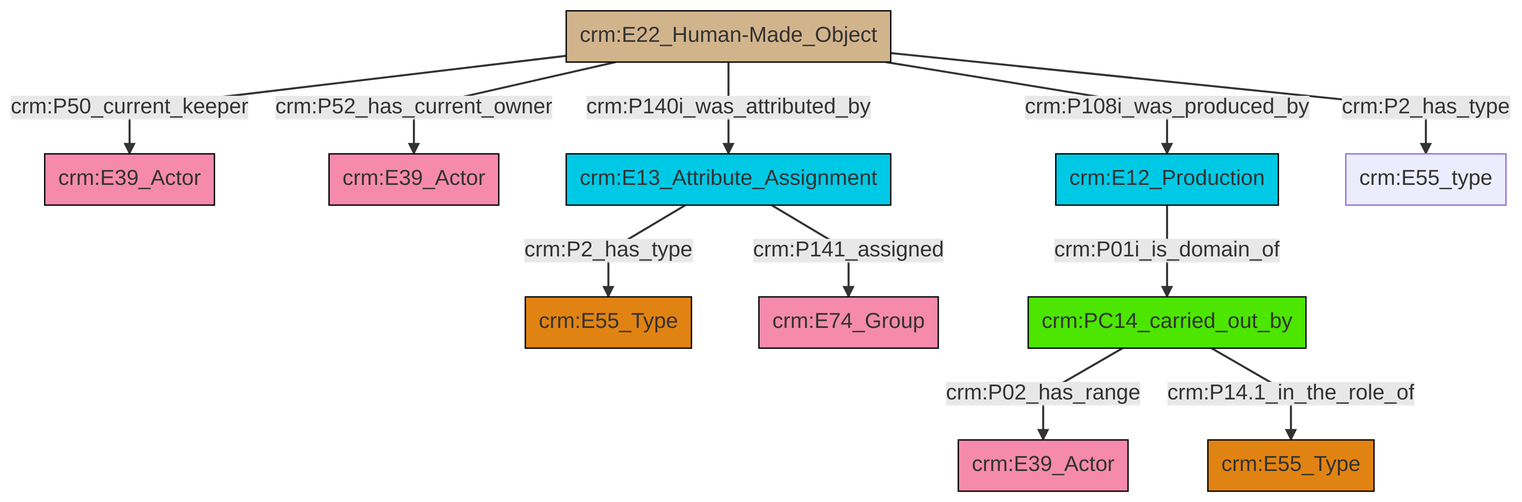
The Mermaid diagram et/artworkCSV/ttl/mmd/png/Artwork_Actor_Relations.png in swiss-art-research-net/reference-data-models, before a commit. Its source is kept beside it as et/artworkCSV/ttl/mmd/Artwork_Actor_Relations.ttl.mmd.
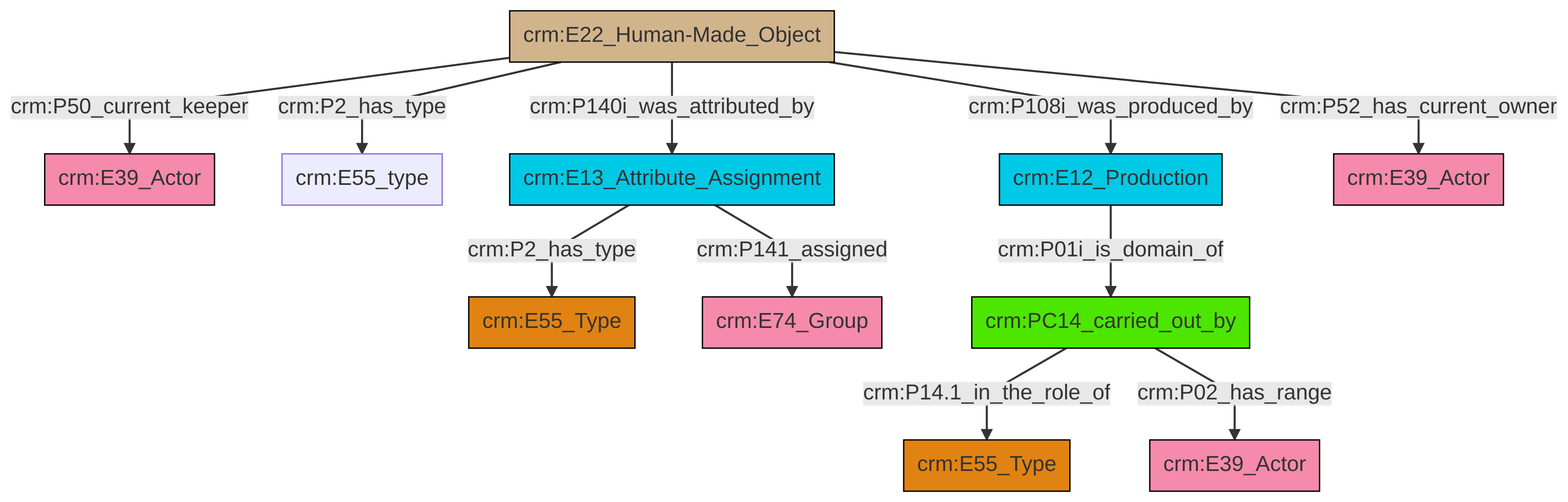
After the commit.

What changed in the source:
```diff
@@ -13,13 +13,13 @@
 classDef PC_Classes fill:#4ce600, stroke:#000000;
 classDef Multi fill:#cccccc,stroke:#000000;
 
-11["crm:PC14_carried_out_by"]:::PC_Classes -->|crm:P02_has_range| 12["crm:E39_Actor"]:::Actor
-15["crm:E13_Attribute_Assignment"]:::Temporal_Entity -->|crm:P141_assigned| 7["crm:E74_Group"]:::Actor
-17["crm:E12_Production"]:::Temporal_Entity -->|crm:P01i_is_domain_of| 11["crm:PC14_carried_out_by"]:::PC_Classes
-13["crm:E22_Human-Made_Object"]:::Physical_Thing -->|crm:P108i_was_produced_by| 17["crm:E12_Production"]:::Temporal_Entity
-11["crm:PC14_carried_out_by"]:::PC_Classes -->|crm:P14.1_in_the_role_of| 3["crm:E55_Type"]:::Type
-13["crm:E22_Human-Made_Object"]:::Physical_Thing -->|crm:P50_current_keeper| 5["crm:E39_Actor"]:::Actor
-15["crm:E13_Attribute_Assignment"]:::Temporal_Entity -->|crm:P2_has_type| 0["crm:E55_Type"]:::Type
-13["crm:E22_Human-Made_Object"]:::Physical_Thing -->|crm:P52_has_current_owner| 9["crm:E39_Actor"]:::Actor
-13["crm:E22_Human-Made_Object"]:::Physical_Thing -->|crm:P2_has_type| 18["crm:E55_type"]:::Default
-13["crm:E22_Human-Made_Object"]:::Physical_Thing -->|crm:P140i_was_attributed_by| 15["crm:E13_Attribute_Assignment"]:::Temporal_Entity
+9["crm:E22_Human-Made_Object"]:::Physical_Thing -->|crm:P140i_was_attributed_by| 10["crm:E13_Attribute_Assignment"]:::Temporal_Entity
+10["crm:E13_Attribute_Assignment"]:::Temporal_Entity -->|crm:P141_assigned| 15["crm:E74_Group"]:::Actor
+13["crm:E12_Production"]:::Temporal_Entity -->|crm:P01i_is_domain_of| 16["crm:PC14_carried_out_by"]:::PC_Classes
+10["crm:E13_Attribute_Assignment"]:::Temporal_Entity -->|crm:P2_has_type| 4["crm:E55_Type"]:::Type
+9["crm:E22_Human-Made_Object"]:::Physical_Thing -->|crm:P2_has_type| 6["crm:E55_type"]:::Default
+9["crm:E22_Human-Made_Object"]:::Physical_Thing -->|crm:P52_has_current_owner| 18["crm:E39_Actor"]:::Actor
+9["crm:E22_Human-Made_Object"]:::Physical_Thing -->|crm:P108i_was_produced_by| 13["crm:E12_Production"]:::Temporal_Entity
+16["crm:PC14_carried_out_by"]:::PC_Classes -->|crm:P14.1_in_the_role_of| 11["crm:E55_Type"]:::Type
+16["crm:PC14_carried_out_by"]:::PC_Classes -->|crm:P02_has_range| 2["crm:E39_Actor"]:::Actor
+9["crm:E22_Human-Made_Object"]:::Physical_Thing -->|crm:P50_current_keeper| 0["crm:E39_Actor"]:::Actor
```
